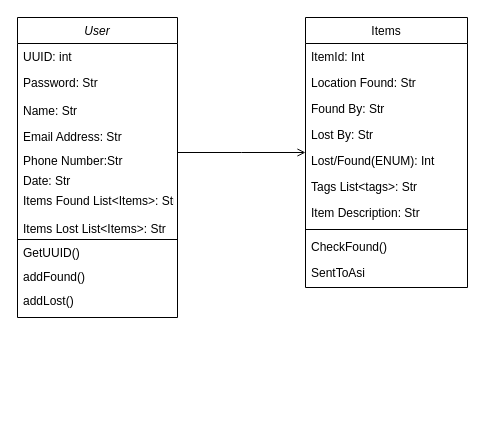
Earlier version of the draw.io diagram Untitled Diagram.drawio (rferrall1738/Inventory). Source tidied: cells renumbered, new cells numbered last; positions are measured from the earlier drawing's top-left corner, leaving out a move shared by most shapes. Both pictures are drawn from the tidied source at 100%, with x=0, y=0 at pixel (17, 17).
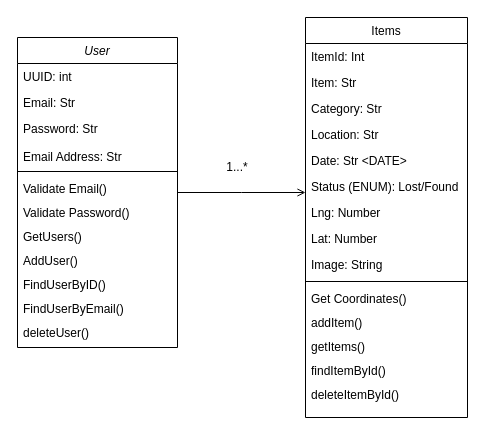
Above is the later version.

Diff of the diagram source:
```diff
@@
     <mxCell id="2" value="User" style="swimlane;fontStyle=2;align=center;verticalAlign=top;horizontal=1;startSize=26;rounded=0;shadow=0;strokeWidth=1;" parent="1" vertex="1">
-      <mxGeometry width="160" height="300" as="geometry" />
+      <mxGeometry y="20" width="160" height="310" as="geometry" />
     </mxCell>
@@
+    <mxCell id="5" value="Email: Str" style="text;align=left;verticalAlign=top;spacingLeft=4;spacingRight=4;overflow=hidden;" parent="2" vertex="1">
+      <mxGeometry y="52" width="160" height="26" as="geometry" />
+    </mxCell>
     <mxCell id="4" value="Password: Str" style="text;align=left;verticalAlign=top;spacingLeft=4;spacingRight=4;overflow=hidden;" parent="2" vertex="1">
-      <mxGeometry y="52" width="160" height="28" as="geometry" />
+      <mxGeometry y="78" width="160" height="28" as="geometry" />
     </mxCell>
-    <mxCell id="5" value="Name: Str" style="text;align=left;verticalAlign=top;spacingLeft=4;spacingRight=4;overflow=hidden;" parent="2" vertex="1">
-      <mxGeometry y="80" width="160" height="26" as="geometry" />
-    </mxCell>
@@
-    <mxCell id="7" value="Phone Number:Str" style="text;align=left;verticalAlign=top;spacingLeft=4;spacingRight=4;overflow=hidden;rounded=0;shadow=0;html=0;" parent="2" vertex="1">
-      <mxGeometry y="130" width="160" height="20" as="geometry" />
-    </mxCell>
-    <mxCell id="8" value="Date: Str" style="text;align=left;verticalAlign=top;spacingLeft=4;spacingRight=4;overflow=hidden;" parent="2" vertex="1">
-      <mxGeometry y="150" width="160" height="20" as="geometry" />
-    </mxCell>
-    <mxCell id="9" value="Items Found List&lt;Items&gt;: Str" style="text;align=left;verticalAlign=top;spacingLeft=4;spacingRight=4;overflow=hidden;" parent="2" vertex="1">
-      <mxGeometry y="170" width="160" height="28" as="geometry" />
-    </mxCell>
-    <mxCell id="10" value="Items Lost List&lt;Items&gt;: Str" style="text;align=left;verticalAlign=top;spacingLeft=4;spacingRight=4;overflow=hidden;points=[[0,0.5],[1,0.5]];portConstraint=eastwest;" parent="2" vertex="1">
-      <mxGeometry y="198" width="160" height="24" as="geometry" />
-    </mxCell>
-    <mxCell id="11" value="GetUUID()" style="text;align=left;verticalAlign=top;spacingLeft=4;spacingRight=4;overflow=hidden;" parent="2" vertex="1">
-      <mxGeometry y="222" width="160" height="24" as="geometry" />
-    </mxCell>
-    <mxCell id="12" style="endArrow=none;html=1;rounded=0;entryX=1;entryY=1;entryDx=0;entryDy=0;entryPerimeter=0;" parent="2" edge="1" target="10">
-      <mxGeometry relative="1" as="geometry">
-        <mxPoint y="222" as="sourcePoint" />
-      </mxGeometry>
-    </mxCell>
-    <mxCell id="13" value="addFound()" style="text;align=left;verticalAlign=top;spacingLeft=4;spacingRight=4;overflow=hidden;" parent="2" vertex="1">
-      <mxGeometry y="246" width="160" height="24" as="geometry" />
-    </mxCell>
-    <mxCell id="14" value="addLost()" style="text;align=left;verticalAlign=top;spacingLeft=4;spacingRight=4;overflow=hidden;" parent="2" vertex="1">
-      <mxGeometry y="270" width="160" height="24" as="geometry" />
-    </mxCell>
+    <mxCell id="28" style="line;html=1;strokeWidth=1;align=left;verticalAlign=middle;spacingTop=-1;spacingLeft=3;spacingRight=3;labelPosition=right;" parent="2" vertex="1">
+      <mxGeometry y="130" width="160" height="8" as="geometry" />
+    </mxCell>
+    <mxCell id="29" value="Validate Email()" style="text;align=left;verticalAlign=top;spacingLeft=4;spacingRight=4;overflow=hidden;rounded=0;shadow=0;html=0;" parent="2" vertex="1">
+      <mxGeometry y="138" width="160" height="24" as="geometry" />
+    </mxCell>
+    <mxCell id="30" value="Validate Password()" style="text;align=left;verticalAlign=top;spacingLeft=4;spacingRight=4;overflow=hidden;rounded=0;shadow=0;html=0;" parent="2" vertex="1">
+      <mxGeometry y="162" width="160" height="24" as="geometry" />
+    </mxCell>
+    <mxCell id="31" value="GetUsers()" style="text;align=left;verticalAlign=top;spacingLeft=4;spacingRight=4;overflow=hidden;rounded=0;shadow=0;html=0;" parent="2" vertex="1">
+      <mxGeometry y="186" width="160" height="24" as="geometry" />
+    </mxCell>
+    <mxCell id="32" value="AddUser()" style="text;align=left;verticalAlign=top;spacingLeft=4;spacingRight=4;overflow=hidden;rounded=0;shadow=0;html=0;" parent="2" vertex="1">
+      <mxGeometry y="210" width="160" height="24" as="geometry" />
+    </mxCell>
+    <mxCell id="33" value="FindUserByID()" style="text;align=left;verticalAlign=top;spacingLeft=4;spacingRight=4;overflow=hidden;rounded=0;shadow=0;html=0;" parent="2" vertex="1">
+      <mxGeometry y="234" width="160" height="24" as="geometry" />
+    </mxCell>
+    <mxCell id="34" value="FindUserByEmail()" style="text;align=left;verticalAlign=top;spacingLeft=4;spacingRight=4;overflow=hidden;rounded=0;shadow=0;html=0;" parent="2" vertex="1">
+      <mxGeometry y="258" width="160" height="24" as="geometry" />
+    </mxCell>
+    <mxCell id="35" value="deleteUser()" style="text;align=left;verticalAlign=top;spacingLeft=4;spacingRight=4;overflow=hidden;rounded=0;shadow=0;html=0;" parent="2" vertex="1">
+      <mxGeometry y="282" width="160" height="24" as="geometry" />
+    </mxCell>
     <mxCell id="15" value="Items" style="swimlane;fontStyle=0;align=center;verticalAlign=top;horizontal=1;startSize=26;rounded=0;shadow=0;strokeWidth=1;" parent="1" vertex="1">
-      <mxGeometry x="288" width="162" height="270" as="geometry" />
+      <mxGeometry x="288" width="162" height="400" as="geometry" />
     </mxCell>
@@
+    <mxCell id="36" value="Item: Str" style="text;align=left;verticalAlign=top;spacingLeft=4;spacingRight=4;overflow=hidden;rounded=0;shadow=0;html=0;" parent="15" vertex="1">
+      <mxGeometry y="52" width="162" height="26" as="geometry" />
+    </mxCell>
+    <mxCell id="21" value="Category: Str " style="text;align=left;verticalAlign=top;spacingLeft=4;spacingRight=4;overflow=hidden;rounded=0;shadow=0;html=0;" parent="15" vertex="1">
+      <mxGeometry y="78" width="162" height="26" as="geometry" />
+    </mxCell>
+    <mxCell id="37" value="Location: Str" style="text;align=left;verticalAlign=top;spacingLeft=4;spacingRight=4;overflow=hidden;rounded=0;shadow=0;html=0;" parent="15" vertex="1">
+      <mxGeometry y="104" width="162" height="26" as="geometry" />
+    </mxCell>
-    <mxCell id="17" value="Location Found: Str" style="text;align=left;verticalAlign=top;spacingLeft=4;spacingRight=4;overflow=hidden;rounded=0;shadow=0;html=0;" parent="15" vertex="1">
-      <mxGeometry y="52" width="162" height="26" as="geometry" />
+    <mxCell id="17" value="Date: Str &lt;DATE&gt;" style="text;align=left;verticalAlign=top;spacingLeft=4;spacingRight=4;overflow=hidden;rounded=0;shadow=0;html=0;" parent="15" vertex="1">
+      <mxGeometry y="130" width="162" height="26" as="geometry" />
     </mxCell>
-    <mxCell id="18" value="Found By: Str" style="text;align=left;verticalAlign=top;spacingLeft=4;spacingRight=4;overflow=hidden;rounded=0;shadow=0;html=0;" parent="15" vertex="1">
-      <mxGeometry y="78" width="162" height="26" as="geometry" />
-    </mxCell>
-    <mxCell id="19" value="Lost By: Str" style="text;align=left;verticalAlign=top;spacingLeft=4;spacingRight=4;overflow=hidden;rounded=0;shadow=0;html=0;" parent="15" vertex="1">
-      <mxGeometry y="104" width="162" height="26" as="geometry" />
-    </mxCell>
-    <mxCell id="20" value="Lost/Found(ENUM): Int" style="text;align=left;verticalAlign=top;spacingLeft=4;spacingRight=4;overflow=hidden;rounded=0;shadow=0;html=0;" parent="15" vertex="1">
-      <mxGeometry y="130" width="162" height="26" as="geometry" />
+    <mxCell id="20" value="Status (ENUM): Lost/Found " style="text;align=left;verticalAlign=top;spacingLeft=4;spacingRight=4;overflow=hidden;rounded=0;shadow=0;html=0;" parent="15" vertex="1">
+      <mxGeometry y="156" width="162" height="26" as="geometry" />
     </mxCell>
-    <mxCell id="21" value="Tags List&lt;tags&gt;: Str " style="text;align=left;verticalAlign=top;spacingLeft=4;spacingRight=4;overflow=hidden;rounded=0;shadow=0;html=0;" parent="15" vertex="1">
-      <mxGeometry y="156" width="162" height="26" as="geometry" />
-    </mxCell>
+    <mxCell id="38" value="Lng: Number" style="text;align=left;verticalAlign=top;spacingLeft=4;spacingRight=4;overflow=hidden;rounded=0;shadow=0;html=0;" parent="15" vertex="1">
+      <mxGeometry y="182" width="162" height="26" as="geometry" />
+    </mxCell>
-    <mxCell id="22" value="Item Description: Str" style="text;align=left;verticalAlign=top;spacingLeft=4;spacingRight=4;overflow=hidden;rounded=0;shadow=0;html=0;" parent="15" vertex="1">
-      <mxGeometry y="182" width="162" height="26" as="geometry" />
+    <mxCell id="22" value="Lat: Number" style="text;align=left;verticalAlign=top;spacingLeft=4;spacingRight=4;overflow=hidden;rounded=0;shadow=0;html=0;" parent="15" vertex="1">
+      <mxGeometry y="208" width="162" height="26" as="geometry" />
     </mxCell>
+    <mxCell id="39" value="Image: String" style="text;align=left;verticalAlign=top;spacingLeft=4;spacingRight=4;overflow=hidden;rounded=0;shadow=0;html=0;" parent="15" vertex="1">
+      <mxGeometry y="234" width="162" height="26" as="geometry" />
+    </mxCell>
     <mxCell id="23" style="line;html=1;strokeWidth=1;align=left;verticalAlign=middle;spacingTop=-1;spacingLeft=3;spacingRight=3;labelPosition=right;" parent="15" vertex="1">
-      <mxGeometry y="208" width="162" height="8" as="geometry" />
+      <mxGeometry y="260" width="162" height="8" as="geometry" />
     </mxCell>
-    <mxCell id="24" value="CheckFound()" style="text;align=left;verticalAlign=top;spacingLeft=4;spacingRight=4;overflow=hidden;rounded=0;shadow=0;html=0;" parent="15" vertex="1">
-      <mxGeometry y="216" width="162" height="26" as="geometry" />
-    </mxCell>
-    <mxCell id="25" value="SentToAsi" style="text;align=left;verticalAlign=top;spacingLeft=4;spacingRight=4;overflow=hidden;rounded=0;shadow=0;html=0;" parent="15" vertex="1">
-      <mxGeometry y="242" width="162" height="26" as="geometry" />
-    </mxCell>
+    <mxCell id="40" value="Get Coordinates()" style="text;align=left;verticalAlign=top;spacingLeft=4;spacingRight=4;overflow=hidden;rounded=0;shadow=0;html=0;" parent="15" vertex="1">
+      <mxGeometry y="268" width="162" height="24" as="geometry" />
+    </mxCell>
+    <mxCell id="41" value="addItem()" style="text;align=left;verticalAlign=top;spacingLeft=4;spacingRight=4;overflow=hidden;rounded=0;shadow=0;html=0;" parent="15" vertex="1">
+      <mxGeometry y="292" width="162" height="24" as="geometry" />
+    </mxCell>
+    <mxCell id="42" value="getItems()" style="text;align=left;verticalAlign=top;spacingLeft=4;spacingRight=4;overflow=hidden;rounded=0;shadow=0;html=0;" parent="15" vertex="1">
+      <mxGeometry y="316" width="162" height="24" as="geometry" />
+    </mxCell>
+    <mxCell id="43" value="findItemById()" style="text;align=left;verticalAlign=top;spacingLeft=4;spacingRight=4;overflow=hidden;rounded=0;shadow=0;html=0;" parent="15" vertex="1">
+      <mxGeometry y="340" width="162" height="24" as="geometry" />
+    </mxCell>
+    <mxCell id="44" value="deleteItemById()" style="text;align=left;verticalAlign=top;spacingLeft=4;spacingRight=4;overflow=hidden;rounded=0;shadow=0;html=0;" parent="15" vertex="1">
+      <mxGeometry y="364" width="162" height="26" as="geometry" />
+    </mxCell>
@@
+    <mxCell id="45" value="1...*" style="text;html=1;strokeColor=none;fillColor=none;align=center;verticalAlign=middle;whiteSpace=wrap;overflow=hidden;" parent="1" vertex="1">
+      <mxGeometry x="180" y="140" width="80" height="20" as="geometry" />
+    </mxCell>
```
